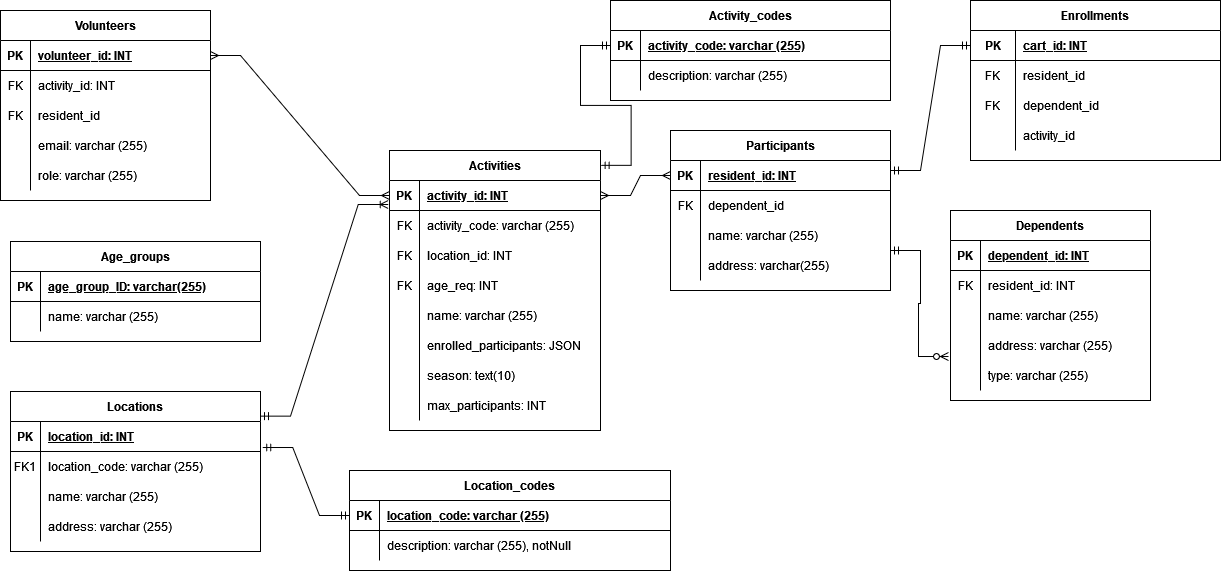
Earlier version of the draw.io export 340.drawio.png (arse0039/340_db). Source tidied: cells renumbered, new cells last; positions are measured from the earlier drawing's top-left corner, leaving out a move shared by most shapes.
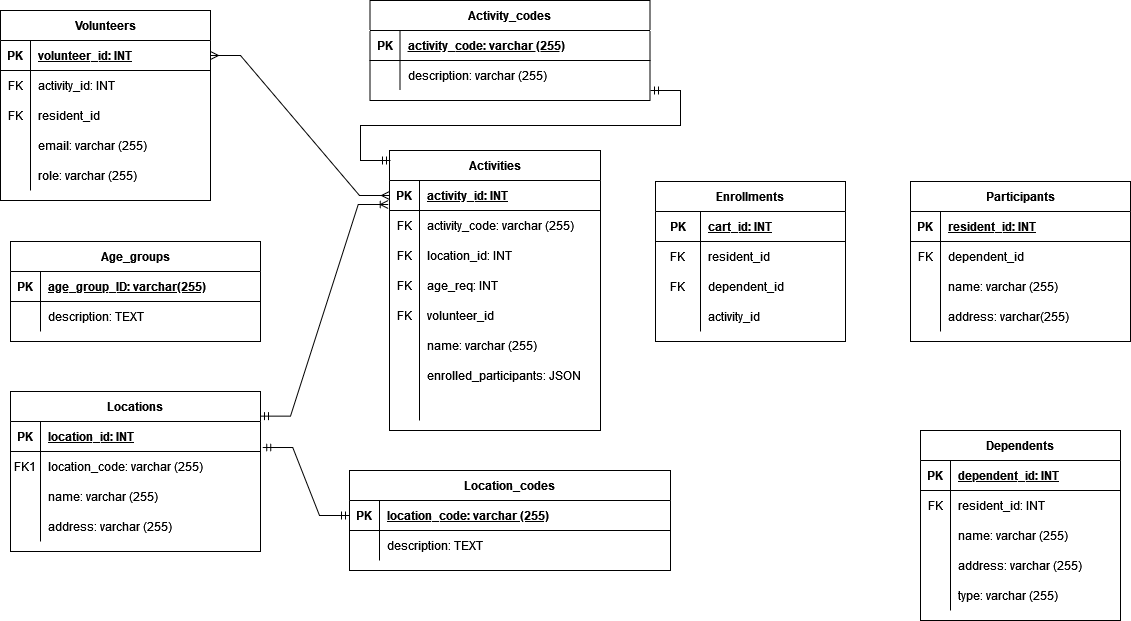
Later version of the same file.

What changed in the source:
```diff
@@ -107,50 +107,50 @@
     <mxCell id="36" style="shape=partialRectangle;overflow=hidden;fillColor=none;top=0;left=0;bottom=0;right=0;" parent="35" vertex="1">
       <mxGeometry width="30" height="30" as="geometry" />
     </mxCell>
-    <mxCell id="37" value="name: varchar (255)" style="shape=partialRectangle;overflow=hidden;fillColor=none;top=0;left=0;bottom=0;right=0;align=left;spacingLeft=6;" parent="35" vertex="1">
+    <mxCell id="37" value="description: TEXT" style="shape=partialRectangle;overflow=hidden;fillColor=none;top=0;left=0;bottom=0;right=0;align=left;spacingLeft=6;" parent="35" vertex="1">
       <mxGeometry x="30" width="220" height="30" as="geometry" />
     </mxCell>
     <mxCell id="38" value="Enrollments" style="shape=table;startSize=30;rowLines=0;fontStyle=1;align=center;" parent="1" vertex="1">
-      <mxGeometry x="970" width="250" height="160" as="geometry" />
+      <mxGeometry x="655" y="181" width="190" height="160" as="geometry" />
     </mxCell>
     <mxCell id="39" style="shape=partialRectangle;fillColor=none;points=[[0,0.5],[1,0.5]];portConstraint=eastwest;top=0;left=0;right=0;bottom=1;" parent="38" vertex="1">
-      <mxGeometry y="30" width="250" height="30" as="geometry" />
+      <mxGeometry y="30" width="190" height="30" as="geometry" />
     </mxCell>
     <mxCell id="40" value="PK" style="shape=partialRectangle;overflow=hidden;fillColor=none;top=0;left=0;bottom=0;right=0;fontStyle=1;" parent="39" vertex="1">
       <mxGeometry width="45" height="30" as="geometry" />
     </mxCell>
     <mxCell id="41" value="cart_id: INT" style="shape=partialRectangle;overflow=hidden;fillColor=none;top=0;left=0;bottom=0;right=0;align=left;spacingLeft=6;fontStyle=5;" parent="39" vertex="1">
-      <mxGeometry x="45" width="205" height="30" as="geometry" />
+      <mxGeometry x="45" width="145" height="30" as="geometry" />
     </mxCell>
     <mxCell id="42" style="shape=partialRectangle;fillColor=none;top=0;left=0;right=0;bottom=0;" parent="38" vertex="1">
-      <mxGeometry y="60" width="250" height="30" as="geometry" />
+      <mxGeometry y="60" width="190" height="30" as="geometry" />
     </mxCell>
     <mxCell id="43" value="FK" style="shape=partialRectangle;overflow=hidden;fillColor=none;top=0;left=0;bottom=0;right=0;" parent="42" vertex="1">
       <mxGeometry width="45" height="30" as="geometry" />
     </mxCell>
     <mxCell id="44" value="resident_id" style="shape=partialRectangle;overflow=hidden;fillColor=none;top=0;left=0;bottom=0;right=0;align=left;spacingLeft=6;" parent="42" vertex="1">
-      <mxGeometry x="45" width="205" height="30" as="geometry" />
+      <mxGeometry x="45" width="145" height="30" as="geometry" />
     </mxCell>
     <mxCell id="45" style="shape=partialRectangle;fillColor=none;top=0;left=0;right=0;bottom=0;" parent="38" vertex="1">
-      <mxGeometry y="90" width="250" height="30" as="geometry" />
+      <mxGeometry y="90" width="190" height="30" as="geometry" />
     </mxCell>
     <mxCell id="46" value="FK" style="shape=partialRectangle;overflow=hidden;fillColor=none;top=0;left=0;bottom=0;right=0;" parent="45" vertex="1">
       <mxGeometry width="45" height="30" as="geometry" />
     </mxCell>
     <mxCell id="47" value="dependent_id" style="shape=partialRectangle;overflow=hidden;fillColor=none;top=0;left=0;bottom=0;right=0;align=left;spacingLeft=6;" parent="45" vertex="1">
-      <mxGeometry x="45" width="205" height="30" as="geometry" />
+      <mxGeometry x="45" width="145" height="30" as="geometry" />
     </mxCell>
     <mxCell id="48" style="shape=partialRectangle;fillColor=none;top=0;left=0;right=0;bottom=0;" parent="38" vertex="1">
-      <mxGeometry y="120" width="250" height="30" as="geometry" />
+      <mxGeometry y="120" width="190" height="30" as="geometry" />
     </mxCell>
     <mxCell id="49" style="shape=partialRectangle;overflow=hidden;fillColor=none;top=0;left=0;bottom=0;right=0;" parent="48" vertex="1">
       <mxGeometry width="45" height="30" as="geometry" />
     </mxCell>
     <mxCell id="50" value="activity_id" style="shape=partialRectangle;overflow=hidden;fillColor=none;top=0;left=0;bottom=0;right=0;align=left;spacingLeft=6;" parent="48" vertex="1">
-      <mxGeometry x="45" width="205" height="30" as="geometry" />
+      <mxGeometry x="45" width="145" height="30" as="geometry" />
     </mxCell>
     <mxCell id="51" value="Participants" style="shape=table;startSize=30;rowLines=0;fontStyle=1;align=center;" parent="1" vertex="1">
-      <mxGeometry x="670" y="130" width="220" height="160" as="geometry" />
+      <mxGeometry x="910" y="181" width="220" height="160" as="geometry" />
     </mxCell>
     <mxCell id="52" style="shape=tableRow;horizontal=0;startSize=0;swimlaneHead=0;swimlaneBody=0;fillColor=none;points=[[0,0.5],[1,0.5]];portConstraint=eastwest;top=0;left=0;right=0;bottom=1;" parent="51" vertex="1">
       <mxGeometry y="30" width="220" height="30" as="geometry" />
@@ -227,8 +227,17 @@
     <mxCell id="76" value="age_req: INT" style="shape=partialRectangle;fillColor=none;top=0;left=0;bottom=0;right=0;align=left;spacingLeft=6;overflow=hidden;" parent="74" vertex="1">
       <mxGeometry x="30" width="181" height="30" as="geometry" />
     </mxCell>
+    <mxCell id="86" style="shape=tableRow;horizontal=0;startSize=0;swimlaneHead=0;swimlaneBody=0;fillColor=none;top=0;left=0;right=0;bottom=0;" parent="64" vertex="1">
+      <mxGeometry y="150" width="211" height="30" as="geometry" />
+    </mxCell>
+    <mxCell id="87" value="FK" style="shape=partialRectangle;fillColor=none;top=0;left=0;bottom=0;right=0;overflow=hidden;" parent="86" vertex="1">
+      <mxGeometry width="30" height="30" as="geometry" />
+    </mxCell>
+    <mxCell id="88" value="volunteer_id" style="shape=partialRectangle;fillColor=none;top=0;left=0;bottom=0;right=0;align=left;spacingLeft=6;overflow=hidden;" parent="86" vertex="1">
+      <mxGeometry x="30" width="181" height="30" as="geometry" />
+    </mxCell>
     <mxCell id="77" style="shape=tableRow;horizontal=0;startSize=0;swimlaneHead=0;swimlaneBody=0;fillColor=none;top=0;left=0;right=0;bottom=0;" parent="64" vertex="1">
-      <mxGeometry y="150" width="211" height="30" as="geometry" />
+      <mxGeometry y="180" width="211" height="30" as="geometry" />
     </mxCell>
     <mxCell id="78" style="shape=partialRectangle;fillColor=none;top=0;left=0;bottom=0;right=0;overflow=hidden;" parent="77" vertex="1">
       <mxGeometry width="30" height="30" as="geometry" />
@@ -237,7 +246,7 @@
       <mxGeometry x="30" width="181" height="30" as="geometry" />
     </mxCell>
     <mxCell id="80" style="shape=tableRow;horizontal=0;startSize=0;swimlaneHead=0;swimlaneBody=0;fillColor=none;top=0;left=0;right=0;bottom=0;" parent="64" vertex="1">
-      <mxGeometry y="180" width="211" height="30" as="geometry" />
+      <mxGeometry y="210" width="211" height="30" as="geometry" />
     </mxCell>
     <mxCell id="81" style="shape=partialRectangle;fillColor=none;top=0;left=0;bottom=0;right=0;overflow=hidden;" parent="80" vertex="1">
       <mxGeometry width="30" height="30" as="geometry" />
@@ -245,32 +254,20 @@
     <mxCell id="82" value="enrolled_participants: JSON" style="shape=partialRectangle;fillColor=none;top=0;left=0;bottom=0;right=0;align=left;spacingLeft=6;overflow=hidden;" parent="80" vertex="1">
       <mxGeometry x="30" width="181" height="30" as="geometry" />
     </mxCell>
-    <mxCell id="83" style="shape=tableRow;horizontal=0;startSize=0;swimlaneHead=0;swimlaneBody=0;fillColor=none;top=0;left=0;right=0;bottom=0;" parent="64" vertex="1">
-      <mxGeometry y="210" width="211" height="30" as="geometry" />
-    </mxCell>
+    <mxCell id="127" style="shape=tableRow;horizontal=0;startSize=0;swimlaneHead=0;swimlaneBody=0;fillColor=none;top=0;left=0;right=0;bottom=0;" parent="64" vertex="1">
+      <mxGeometry y="240" width="211" height="30" as="geometry" />
+    </mxCell>
-    <mxCell id="84" style="shape=partialRectangle;fillColor=none;top=0;left=0;bottom=0;right=0;overflow=hidden;" parent="83" vertex="1">
+    <mxCell id="84" style="shape=partialRectangle;fillColor=none;top=0;left=0;bottom=0;right=0;overflow=hidden;" parent="127" vertex="1">
       <mxGeometry width="30" height="30" as="geometry" />
     </mxCell>
-    <mxCell id="85" value="season: text(10)" style="shape=partialRectangle;fillColor=none;top=0;left=0;bottom=0;right=0;align=left;spacingLeft=6;overflow=hidden;" parent="83" vertex="1">
-      <mxGeometry x="30" width="181" height="30" as="geometry" />
-    </mxCell>
-    <mxCell id="86" style="shape=tableRow;horizontal=0;startSize=0;swimlaneHead=0;swimlaneBody=0;fillColor=none;top=0;left=0;right=0;bottom=0;" parent="64" vertex="1">
-      <mxGeometry y="240" width="211" height="30" as="geometry" />
-    </mxCell>
-    <mxCell id="87" style="shape=partialRectangle;fillColor=none;top=0;left=0;bottom=0;right=0;overflow=hidden;" parent="86" vertex="1">
-      <mxGeometry width="30" height="30" as="geometry" />
-    </mxCell>
-    <mxCell id="88" value="max_participants: INT" style="shape=partialRectangle;fillColor=none;top=0;left=0;bottom=0;right=0;align=left;spacingLeft=6;overflow=hidden;" parent="86" vertex="1">
-      <mxGeometry x="30" width="181" height="30" as="geometry" />
-    </mxCell>
-    <mxCell id="89" style="edgeStyle=entityRelationEdgeStyle;fontSize=12;html=1;endArrow=ERmany;startArrow=ERmany;rounded=0;exitX=1;exitY=0.5;exitDx=0;exitDy=0;entryX=0;entryY=0.5;entryDx=0;entryDy=0;" parent="1" edge="1" source="65" target="52">
-      <mxGeometry relative="1" as="geometry" />
-    </mxCell>
+    <mxCell id="128" style="shape=partialRectangle;fillColor=none;top=0;left=0;bottom=0;right=0;align=left;spacingLeft=6;overflow=hidden;" parent="127" vertex="1">
+      <mxGeometry x="30" width="181" height="30" as="geometry" />
+    </mxCell>
     <mxCell id="90" style="edgeStyle=entityRelationEdgeStyle;fontSize=12;html=1;endArrow=ERmany;startArrow=ERmany;rounded=0;entryX=0;entryY=0.5;entryDx=0;entryDy=0;exitX=1;exitY=0.5;exitDx=0;exitDy=0;" parent="1" edge="1" source="16" target="65">
       <mxGeometry relative="1" as="geometry" />
     </mxCell>
     <mxCell id="91" value="Dependents" style="shape=table;startSize=30;rowLines=0;fontStyle=1;align=center;" parent="1" vertex="1">
-      <mxGeometry x="950" y="210" width="200" height="190" as="geometry" />
+      <mxGeometry x="920" y="430" width="200" height="190" as="geometry" />
     </mxCell>
     <mxCell id="92" style="shape=tableRow;horizontal=0;startSize=0;swimlaneHead=0;swimlaneBody=0;fillColor=none;points=[[0,0.5],[1,0.5]];portConstraint=eastwest;top=0;left=0;right=0;bottom=1;" parent="91" vertex="1">
       <mxGeometry y="30" width="200" height="30" as="geometry" />
@@ -324,7 +321,7 @@
       <mxGeometry relative="1" as="geometry" />
     </mxCell>
     <mxCell id="109" value="Activity_codes" style="shape=table;startSize=30;rowLines=0;fontStyle=1;align=center;" parent="1" vertex="1">
-      <mxGeometry x="610" width="280" height="100" as="geometry" />
+      <mxGeometry x="369.5" width="280" height="100" as="geometry" />
     </mxCell>
     <mxCell id="110" style="shape=tableRow;horizontal=0;startSize=0;swimlaneHead=0;swimlaneBody=0;fillColor=none;points=[[0,0.5],[1,0.5]];portConstraint=eastwest;top=0;left=0;right=0;bottom=1;" parent="109" vertex="1">
       <mxGeometry y="30" width="280" height="30" as="geometry" />
@@ -344,8 +341,11 @@
     <mxCell id="115" value="description: varchar (255)" style="shape=partialRectangle;fillColor=none;top=0;left=0;bottom=0;right=0;align=left;spacingLeft=6;overflow=hidden;" parent="113" vertex="1">
       <mxGeometry x="30" width="250" height="30" as="geometry" />
     </mxCell>
-    <mxCell id="116" style="edgeStyle=entityRelationEdgeStyle;fontSize=12;html=1;endArrow=ERmandOne;startArrow=ERmandOne;rounded=0;exitX=1.003;exitY=0.053;exitDx=0;exitDy=0;exitPerimeter=0;entryX=0;entryY=0.5;entryDx=0;entryDy=0;" parent="1" edge="1" source="64" target="110">
-      <mxGeometry relative="1" as="geometry" />
+    <mxCell id="116" style="edgeStyle=entityRelationEdgeStyle;fontSize=12;html=1;endArrow=ERmandOne;startArrow=ERmandOne;rounded=0;" parent="1" edge="1">
+      <mxGeometry relative="1" as="geometry">
+        <mxPoint x="650" y="90" as="sourcePoint" />
+        <mxPoint x="390" y="160" as="targetPoint" />
+      </mxGeometry>
     </mxCell>
     <mxCell id="117" value="Location_codes" style="shape=table;startSize=30;rowLines=0;fontStyle=1;align=center;" parent="1" vertex="1">
       <mxGeometry x="349" y="470" width="321" height="100" as="geometry" />
@@ -365,17 +365,11 @@
     <mxCell id="122" style="shape=partialRectangle;fillColor=none;top=0;left=0;bottom=0;right=0;overflow=hidden;" parent="121" vertex="1">
       <mxGeometry width="30" height="30" as="geometry" />
     </mxCell>
-    <mxCell id="123" value="description: varchar (255), notNull" style="shape=partialRectangle;fillColor=none;top=0;left=0;bottom=0;right=0;align=left;spacingLeft=6;overflow=hidden;" parent="121" vertex="1">
+    <mxCell id="123" value="description: TEXT" style="shape=partialRectangle;fillColor=none;top=0;left=0;bottom=0;right=0;align=left;spacingLeft=6;overflow=hidden;" parent="121" vertex="1">
       <mxGeometry x="30" width="291" height="30" as="geometry" />
     </mxCell>
     <mxCell id="124" style="edgeStyle=entityRelationEdgeStyle;fontSize=12;html=1;endArrow=ERmandOne;startArrow=ERmandOne;rounded=0;exitX=1.009;exitY=0.867;exitDx=0;exitDy=0;exitPerimeter=0;entryX=0;entryY=0.5;entryDx=0;entryDy=0;" parent="1" edge="1" source="3" target="118">
       <mxGeometry relative="1" as="geometry" />
     </mxCell>
-    <mxCell id="125" style="edgeStyle=entityRelationEdgeStyle;fontSize=12;html=1;endArrow=ERmandOne;startArrow=ERmandOne;rounded=0;exitX=1;exitY=0.25;exitDx=0;exitDy=0;entryX=0;entryY=0.5;entryDx=0;entryDy=0;" parent="1" edge="1" source="51" target="39">
-      <mxGeometry relative="1" as="geometry" />
-    </mxCell>
-    <mxCell id="126" style="edgeStyle=entityRelationEdgeStyle;fontSize=12;html=1;endArrow=ERzeroToMany;startArrow=ERmandOne;rounded=0;exitX=1;exitY=0.75;exitDx=0;exitDy=0;entryX=-0.01;entryY=-0.133;entryDx=0;entryDy=0;entryPerimeter=0;" parent="1" edge="1" source="51" target="104">
-      <mxGeometry relative="1" as="geometry" />
-    </mxCell>
   </root>
 </mxGraphModel>
```
